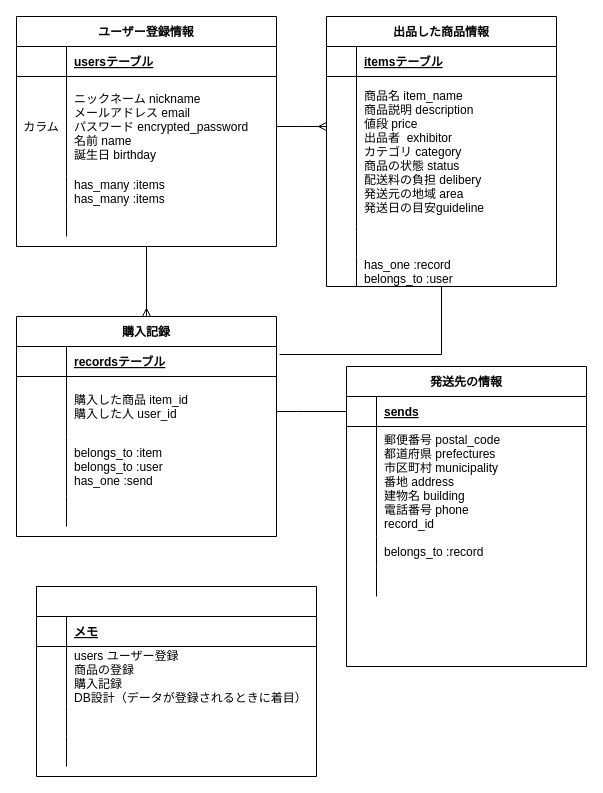
The draw.io diagram .dio in yochandesu/furima-33800, before the edit. Source tidied: cells renumbered, new cells numbered last; positions are measured from the earlier drawing's top-left corner, leaving out a move shared by most shapes. Both pictures are drawn from the tidied source at 100%, with x=0, y=0 at pixel (16, 16).
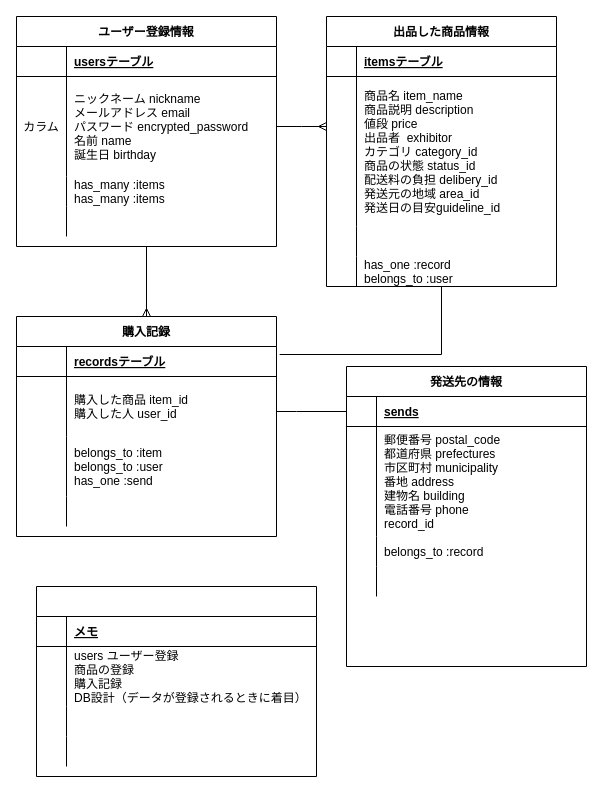
Above is the later version.

Commit message (it also covers changes not shown here):
データベース設計6

Unchanged cells that the change refers to:
```xml
<mxCell id="21" style="shape=partialRectangle;fillColor=none;top=0;left=0;bottom=0;right=0;" parent="17" vertex="1">
  <mxGeometry y="60" width="230" height="150" as="geometry" />
</mxCell>
```

Diff of the diagram source:
```diff
@@
-    <mxCell id="23" value="商品名 item_name&#10;商品説明 description&#10;値段 price&#10;出品者  exhibitor&#10;カテゴリ category&#10;商品の状態 status&#10;配送料の負担 delibery&#10;発送元の地域 area&#10;発送日の目安guideline" style="shape=partialRectangle;fillColor=none;top=0;left=0;bottom=0;right=0;align=left;spacingLeft=6;overflow=hidden;" parent="21" vertex="1">
+    <mxCell id="23" value="商品名 item_name&#10;商品説明 description&#10;値段 price&#10;出品者  exhibitor&#10;カテゴリ category_id&#10;商品の状態 status_id&#10;配送料の負担 delibery_id&#10;発送元の地域 area_id&#10;発送日の目安guideline_id" style="shape=partialRectangle;fillColor=none;top=0;left=0;bottom=0;right=0;align=left;spacingLeft=6;overflow=hidden;" parent="21" vertex="1">
       <mxGeometry x="30" width="200" height="150" as="geometry" />
     </mxCell>
```
